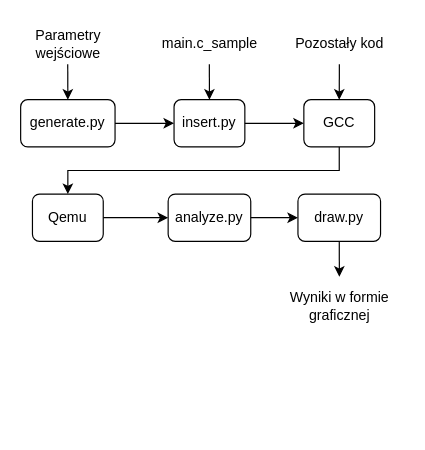
This is Docs/Thesis/Images/generate-parse-analyze.drawio from DaniilKl/GraduateWork, a draw.io file, before an edit. Source tidied: cells renumbered, new cells numbered last; positions are measured from the earlier drawing's top-left corner, leaving out a move shared by most shapes. Both pictures are drawn from the tidied source at 118%, with x=0, y=0 at pixel (20, 20).
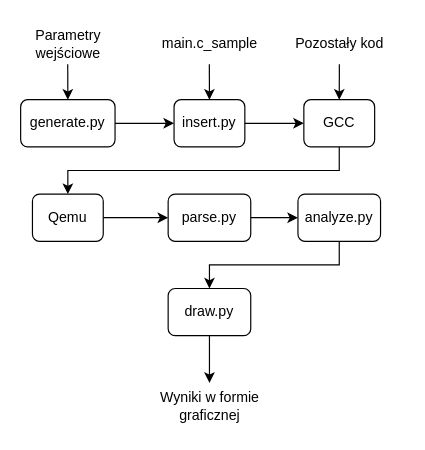
The same diagram, later.

Commit message (it also covers changes not shown here):
Docs: Thesis: generate-parse-analyze: rework

The change refers to these unchanged cells:
```xml
<mxCell id="11" value="Qemu" style="rounded=1;whiteSpace=wrap;html=1;fillColor=none;" parent="1" vertex="1">
  <mxGeometry x="10" y="147" width="60" height="40" as="geometry" />
</mxCell>
```

Change to the diagram source:
```diff
@@
-    <mxCell id="10" style="edgeStyle=orthogonalEdgeStyle;rounded=0;jettySize=auto;html=1;exitX=1;exitY=0.5;exitDx=0;exitDy=0;entryX=0;entryY=0.5;entryDx=0;entryDy=0;" parent="1" edge="1" source="11" target="13">
-      <mxGeometry relative="1" as="geometry" />
-    </mxCell>
+    <mxCell id="21" style="edgeStyle=orthogonalEdgeStyle;rounded=0;jettySize=auto;html=1;exitX=1;exitY=0.5;exitDx=0;exitDy=0;entryX=0;entryY=0.5;entryDx=0;entryDy=0;" parent="1" edge="1" source="11" target="23">
+      <mxGeometry relative="1" as="geometry" />
+    </mxCell>
@@
-    <mxCell id="12" style="edgeStyle=orthogonalEdgeStyle;rounded=0;jettySize=auto;html=1;exitX=1;exitY=0.5;exitDx=0;exitDy=0;entryX=0;entryY=0.5;entryDx=0;entryDy=0;" parent="1" edge="1" source="13" target="15">
+    <mxCell id="12" style="edgeStyle=orthogonalEdgeStyle;rounded=0;jettySize=auto;html=1;exitX=0.5;exitY=1;exitDx=0;exitDy=0;entryX=0.5;entryY=0;entryDx=0;entryDy=0;" parent="1" edge="1" source="13" target="15">
       <mxGeometry relative="1" as="geometry" />
     </mxCell>
     <mxCell id="13" value="analyze.py" style="rounded=1;whiteSpace=wrap;html=1;fillColor=none;" parent="1" vertex="1">
-      <mxGeometry x="125" y="147" width="70" height="40" as="geometry" />
+      <mxGeometry x="235" y="147" width="70" height="40" as="geometry" />
     </mxCell>
     <mxCell id="14" style="edgeStyle=orthogonalEdgeStyle;rounded=0;jettySize=auto;html=1;exitX=0.5;exitY=1;exitDx=0;exitDy=0;" parent="1" edge="1" source="15">
       <mxGeometry relative="1" as="geometry">
-        <mxPoint x="270.1" y="217" as="targetPoint" />
+        <mxPoint x="160" y="307" as="targetPoint" />
       </mxGeometry>
     </mxCell>
     <mxCell id="15" value="draw.py" style="rounded=1;whiteSpace=wrap;html=1;fillColor=none;" parent="1" vertex="1">
-      <mxGeometry x="235" y="147" width="70" height="40" as="geometry" />
+      <mxGeometry x="125" y="227" width="70" height="40" as="geometry" />
     </mxCell>
@@
     <mxCell id="20" value="&lt;div&gt;Wyniki w formie&lt;/div&gt;&lt;div&gt;graficznej&lt;br&gt;&lt;/div&gt;" style="text;html=1;align=center;verticalAlign=middle;strokeColor=none;fillColor=none;" parent="1" vertex="1">
-      <mxGeometry x="215" y="222" width="110" height="40" as="geometry" />
+      <mxGeometry x="105" y="307" width="110" height="40" as="geometry" />
     </mxCell>
+    <mxCell id="22" style="edgeStyle=orthogonalEdgeStyle;rounded=0;jettySize=auto;html=1;exitX=1;exitY=0.5;exitDx=0;exitDy=0;entryX=0;entryY=0.5;entryDx=0;entryDy=0;" parent="1" edge="1" source="23" target="13">
+      <mxGeometry relative="1" as="geometry" />
+    </mxCell>
+    <mxCell id="23" value="parse.py" style="rounded=1;whiteSpace=wrap;html=1;fillColor=none;" parent="1" vertex="1">
+      <mxGeometry x="125" y="147" width="70" height="40" as="geometry" />
+    </mxCell>
```
